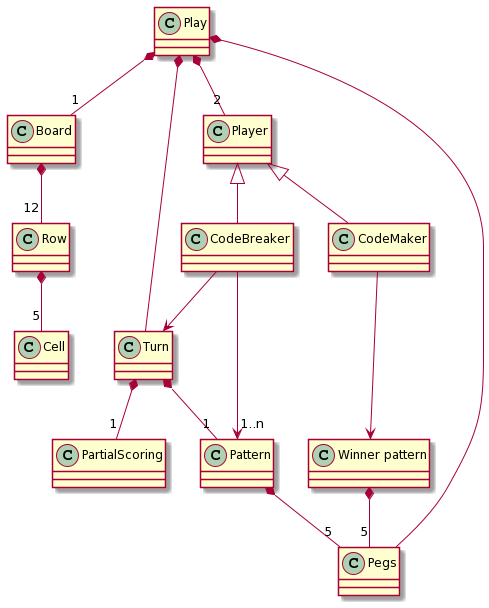
This is mastermind.png from Master-Desarrollo-20-21/ejercicio-2-modelo-de-dominio-mastermind-gonzalogmn, a PlantUML export, as it was before one commit.
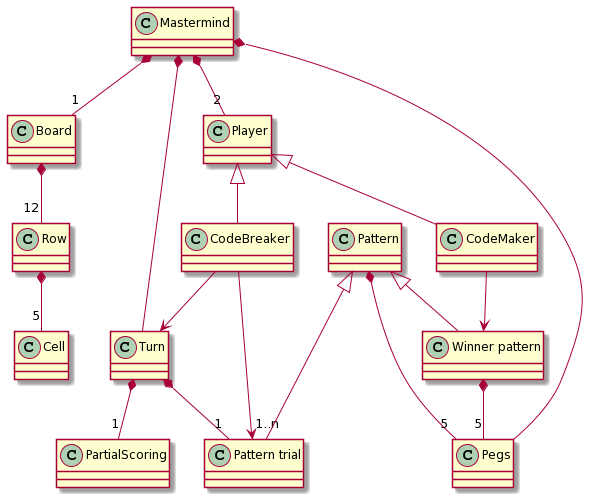
The same diagram one commit later.

The edit, as a diff of the source:
```diff
@@ -1,8 +1,8 @@
 @startuml
-Play *-- "1" Board
-Play *-- "2" Player
-Play *-- Pegs
-Play *-- Turn
+Mastermind *-- "1" Board
+Mastermind *-- "2" Player
+Mastermind *-- Pegs
+Mastermind *-- Turn
 
 Player <|-- CodeMaker
 Player <|-- CodeBreaker
@@ -12,13 +12,16 @@
 "Winner pattern" *-- "5" Pegs
 
 
-CodeBreaker --> "1..n" Pattern
+CodeBreaker --> "1..n" "Pattern trial"
 CodeBreaker --> Turn
+
+Pattern <|-- "Pattern trial"
+Pattern <|-- "Winner pattern"
 
 Pattern *-- "5" Pegs
 
 
-Turn *-- "1" Pattern
+Turn *-- "1" "Pattern trial"
 Turn *-- "1" PartialScoring
 
 Board *-- "12" Row
```
